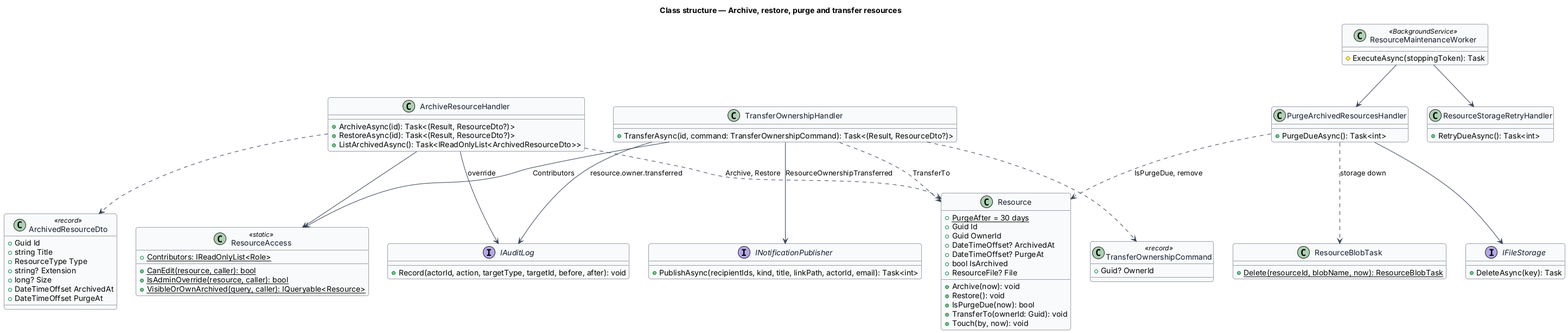
Earlier version of the PlantUML export docs/detailed-designs/resources/archive-and-transfer/diagrams/class-structure.png (QuinntyneBrown/faithtech-community).
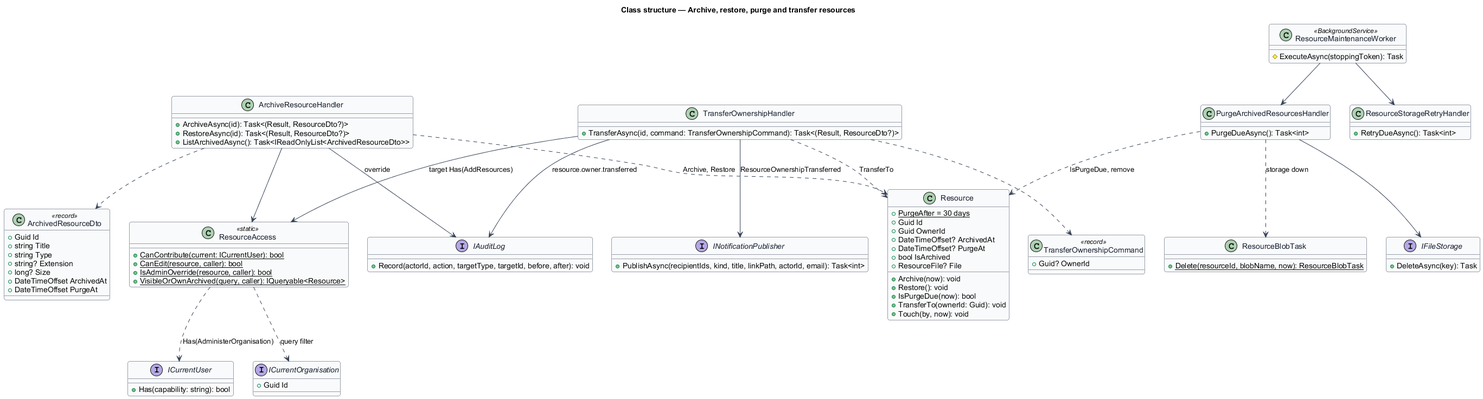
The same diagram one commit later.

The edit, as a diff of the source:
```diff
@@ -28,11 +28,19 @@
   +{static} Delete(resourceId, blobName, now): ResourceBlobTask
 }
 class ResourceAccess <<static>> {
-  +{static} Contributors: IReadOnlyList<Role>
+  +{static} CanContribute(current: ICurrentUser): bool
   +{static} CanEdit(resource, caller): bool
   +{static} IsAdminOverride(resource, caller): bool
   +{static} VisibleOrOwnArchived(query, caller): IQueryable<Resource>
 }
+interface ICurrentUser {
+  +Has(capability: string): bool
+}
+interface ICurrentOrganisation {
+  +Guid Id
+}
+ResourceAccess ..> ICurrentUser : Has(AdministerOrganisation)
+ResourceAccess ..> ICurrentOrganisation : query filter
 class ArchiveResourceHandler {
   +ArchiveAsync(id): Task<(Result, ResourceDto?)>
   +RestoreAsync(id): Task<(Result, ResourceDto?)>
@@ -56,7 +64,7 @@
 class ArchivedResourceDto <<record>> {
   +Guid Id
   +string Title
-  +ResourceType Type
+  +string Type
   +string? Extension
   +long? Size
   +DateTimeOffset ArchivedAt
@@ -75,7 +83,7 @@
 ArchiveResourceHandler --> IAuditLog : override
 ArchiveResourceHandler ..> ArchivedResourceDto
 ArchiveResourceHandler ..> Resource : Archive, Restore
-TransferOwnershipHandler --> ResourceAccess : Contributors
+TransferOwnershipHandler --> ResourceAccess : target Has(AddResources)
 TransferOwnershipHandler --> IAuditLog : resource.owner.transferred
 TransferOwnershipHandler --> INotificationPublisher : ResourceOwnershipTransferred
 TransferOwnershipHandler ..> TransferOwnershipCommand
```
